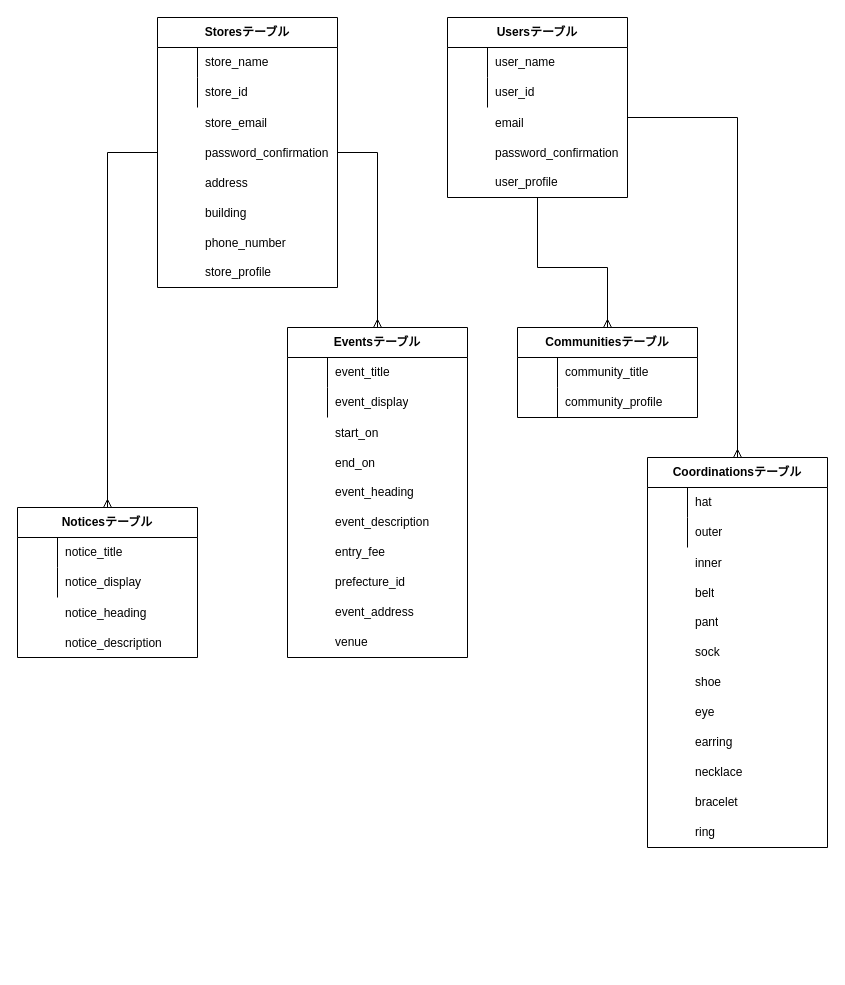
Before: furugispace.dio in yuto730/furugispace, a draw.io diagram. Source tidied: cells renumbered, new cells numbered last; positions are measured from the earlier drawing's top-left corner, leaving out a move shared by most shapes. Both pictures are drawn from the tidied source at 100%, with x=0, y=0 at pixel (17, 17).
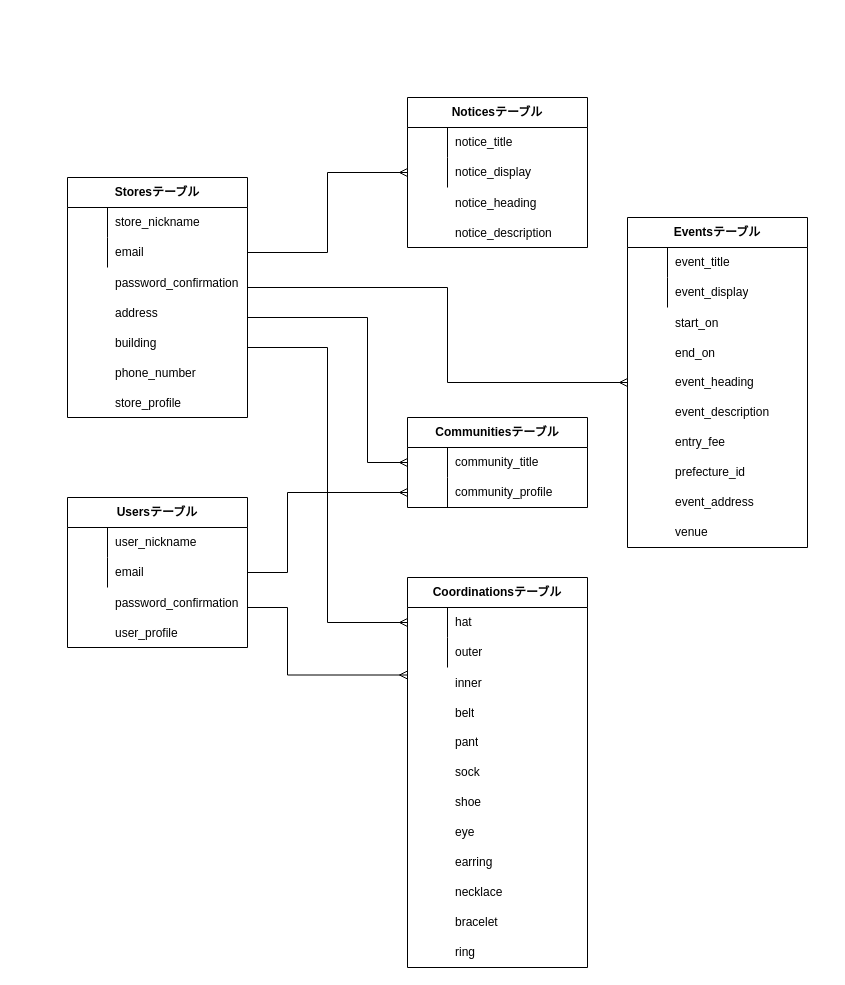
The same page after the edit.

The change refers to these unchanged cells:
```xml
<mxCell id="4" style="shape=partialRectangle;html=1;whiteSpace=wrap;fillColor=none;top=0;left=0;bottom=0;right=0;" parent="3" vertex="1">
  <mxGeometry y="30" width="180" height="30" as="geometry" />
</mxCell>
<mxCell id="7" style="shape=partialRectangle;html=1;whiteSpace=wrap;fillColor=none;top=0;left=0;bottom=0;right=0;points=[[0,0.5],[1,0.5]];portConstraint=eastwest;" parent="3" vertex="1">
  <mxGeometry y="60" width="180" height="30" as="geometry" />
</mxCell>
<mxCell id="17" style="shape=partialRectangle;html=1;whiteSpace=wrap;fillColor=none;top=0;left=0;bottom=0;right=0;" parent="16" vertex="1">
  <mxGeometry y="30" width="180" height="30" as="geometry" />
</mxCell>
<mxCell id="20" style="shape=partialRectangle;html=1;whiteSpace=wrap;fillColor=none;top=0;left=0;bottom=0;right=0;points=[[0,0.5],[1,0.5]];portConstraint=eastwest;" parent="16" vertex="1">
  <mxGeometry y="60" width="180" height="30" as="geometry" />
</mxCell>
<mxCell id="30" style="shape=partialRectangle;html=1;whiteSpace=wrap;fillColor=none;top=0;left=0;bottom=0;right=0;points=[[0,0.5],[1,0.5]];portConstraint=eastwest;" parent="26" vertex="1">
  <mxGeometry y="60" width="180" height="30" as="geometry" />
</mxCell>
<mxCell id="52" style="shape=partialRectangle;html=1;whiteSpace=wrap;fillColor=none;top=0;left=0;bottom=0;right=0;points=[[0,0.5],[1,0.5]];portConstraint=eastwest;" parent="51" vertex="1">
  <mxGeometry y="30" width="180" height="30" as="geometry" />
</mxCell>
<mxCell id="70" style="shape=partialRectangle;html=1;whiteSpace=wrap;fillColor=none;top=0;left=0;bottom=0;right=0;points=[[0,0.5],[1,0.5]];portConstraint=eastwest;" parent="69" vertex="1">
  <mxGeometry y="30" width="180" height="30" as="geometry" />
</mxCell>
<mxCell id="73" style="shape=partialRectangle;html=1;whiteSpace=wrap;fillColor=none;top=0;left=0;bottom=0;right=0;points=[[0,0.5],[1,0.5]];portConstraint=eastwest;" parent="69" vertex="1">
  <mxGeometry y="60" width="180" height="30" as="geometry" />
</mxCell>
```

Change to the diagram source:
```diff
@@
-    <mxCell id="2" style="edgeStyle=orthogonalEdgeStyle;rounded=0;jettySize=auto;html=1;exitX=0;exitY=0.5;exitDx=0;exitDy=0;entryX=0.5;entryY=0;entryDx=0;entryDy=0;endArrow=ERmany;endFill=0;" parent="1" edge="1" source="3" target="26">
-      <mxGeometry relative="1" as="geometry" />
-    </mxCell>
     <mxCell id="3" value="Storesテーブル" style="shape=table;html=1;whiteSpace=wrap;startSize=30;childLayout=tableLayout;rowLines=0;fontStyle=1;align=center;" parent="1" vertex="1">
-      <mxGeometry x="140" width="180" height="270" as="geometry" />
+      <mxGeometry x="50" y="160" width="180" height="240" as="geometry" />
     </mxCell>
@@
-    <mxCell id="6" value="store_name" style="shape=partialRectangle;html=1;whiteSpace=wrap;fillColor=none;top=0;left=0;bottom=0;right=0;align=left;spacingLeft=6;overflow=hidden;" parent="4" vertex="1">
+    <mxCell id="6" value="store_nickname" style="shape=partialRectangle;html=1;whiteSpace=wrap;fillColor=none;top=0;left=0;bottom=0;right=0;align=left;spacingLeft=6;overflow=hidden;" parent="4" vertex="1">
       <mxGeometry x="40" width="140" height="30" as="geometry" />
     </mxCell>
@@
-    <mxCell id="9" value="store_id" style="shape=partialRectangle;html=1;whiteSpace=wrap;fillColor=none;top=0;left=0;bottom=0;right=0;align=left;spacingLeft=6;overflow=hidden;" parent="7" vertex="1">
+    <mxCell id="9" value="email" style="shape=partialRectangle;html=1;whiteSpace=wrap;fillColor=none;top=0;left=0;bottom=0;right=0;align=left;spacingLeft=6;overflow=hidden;" parent="7" vertex="1">
       <mxGeometry x="40" width="140" height="30" as="geometry" />
     </mxCell>
-    <mxCell id="10" value="store_email" style="shape=partialRectangle;html=1;whiteSpace=wrap;fillColor=none;top=0;left=0;bottom=0;right=0;align=left;spacingLeft=6;overflow=hidden;" parent="1" vertex="1">
-      <mxGeometry x="180" y="91" width="140" height="30" as="geometry" />
+    <mxCell id="10" value="password_confirmation" style="shape=partialRectangle;html=1;whiteSpace=wrap;fillColor=none;top=0;left=0;bottom=0;right=0;align=left;spacingLeft=6;overflow=hidden;" parent="1" vertex="1">
+      <mxGeometry x="90" y="251" width="140" height="30" as="geometry" />
     </mxCell>
-    <mxCell id="11" value="password_confirmation" style="shape=partialRectangle;html=1;whiteSpace=wrap;fillColor=none;top=0;left=0;bottom=0;right=0;align=left;spacingLeft=6;overflow=hidden;" parent="1" vertex="1">
-      <mxGeometry x="180" y="121" width="140" height="30" as="geometry" />
+    <mxCell id="11" value="address" style="shape=partialRectangle;html=1;whiteSpace=wrap;fillColor=none;top=0;left=0;bottom=0;right=0;align=left;spacingLeft=6;overflow=hidden;" parent="1" vertex="1">
+      <mxGeometry x="90" y="281" width="140" height="30" as="geometry" />
     </mxCell>
-    <mxCell id="12" value="address" style="shape=partialRectangle;html=1;whiteSpace=wrap;fillColor=none;top=0;left=0;bottom=0;right=0;align=left;spacingLeft=6;overflow=hidden;" parent="1" vertex="1">
-      <mxGeometry x="180" y="151" width="140" height="30" as="geometry" />
+    <mxCell id="12" value="building" style="shape=partialRectangle;html=1;whiteSpace=wrap;fillColor=none;top=0;left=0;bottom=0;right=0;align=left;spacingLeft=6;overflow=hidden;" parent="1" vertex="1">
+      <mxGeometry x="90" y="311" width="140" height="30" as="geometry" />
     </mxCell>
-    <mxCell id="13" value="building" style="shape=partialRectangle;html=1;whiteSpace=wrap;fillColor=none;top=0;left=0;bottom=0;right=0;align=left;spacingLeft=6;overflow=hidden;" parent="1" vertex="1">
-      <mxGeometry x="180" y="181" width="140" height="30" as="geometry" />
+    <mxCell id="13" value="phone_number" style="shape=partialRectangle;html=1;whiteSpace=wrap;fillColor=none;top=0;left=0;bottom=0;right=0;align=left;spacingLeft=6;overflow=hidden;" parent="1" vertex="1">
+      <mxGeometry x="90" y="341" width="140" height="30" as="geometry" />
     </mxCell>
-    <mxCell id="14" value="phone_number" style="shape=partialRectangle;html=1;whiteSpace=wrap;fillColor=none;top=0;left=0;bottom=0;right=0;align=left;spacingLeft=6;overflow=hidden;" parent="1" vertex="1">
-      <mxGeometry x="180" y="211" width="140" height="30" as="geometry" />
+    <mxCell id="14" value="store_profile" style="shape=partialRectangle;html=1;whiteSpace=wrap;fillColor=none;top=0;left=0;bottom=0;right=0;align=left;spacingLeft=6;overflow=hidden;" parent="1" vertex="1">
+      <mxGeometry x="90" y="371" width="140" height="30" as="geometry" />
     </mxCell>
-    <mxCell id="15" value="store_profile" style="shape=partialRectangle;html=1;whiteSpace=wrap;fillColor=none;top=0;left=0;bottom=0;right=0;align=left;spacingLeft=6;overflow=hidden;" parent="1" vertex="1">
-      <mxGeometry x="180" y="240" width="140" height="30" as="geometry" />
-    </mxCell>
     <mxCell id="16" value="Usersテーブル" style="shape=table;html=1;whiteSpace=wrap;startSize=30;childLayout=tableLayout;rowLines=0;fontStyle=1;align=center;" parent="1" vertex="1">
-      <mxGeometry x="430" width="180" height="180" as="geometry" />
+      <mxGeometry x="50" y="480" width="180" height="150" as="geometry" />
     </mxCell>
@@
-    <mxCell id="19" value="user_name" style="shape=partialRectangle;html=1;whiteSpace=wrap;fillColor=none;top=0;left=0;bottom=0;right=0;align=left;spacingLeft=6;overflow=hidden;" parent="17" vertex="1">
+    <mxCell id="19" value="user_nickname" style="shape=partialRectangle;html=1;whiteSpace=wrap;fillColor=none;top=0;left=0;bottom=0;right=0;align=left;spacingLeft=6;overflow=hidden;" parent="17" vertex="1">
       <mxGeometry x="40" width="140" height="30" as="geometry" />
     </mxCell>
@@
-    <mxCell id="22" value="user_id" style="shape=partialRectangle;html=1;whiteSpace=wrap;fillColor=none;top=0;left=0;bottom=0;right=0;align=left;spacingLeft=6;overflow=hidden;" parent="20" vertex="1">
+    <mxCell id="22" value="email" style="shape=partialRectangle;html=1;whiteSpace=wrap;fillColor=none;top=0;left=0;bottom=0;right=0;align=left;spacingLeft=6;overflow=hidden;" parent="20" vertex="1">
       <mxGeometry x="40" width="140" height="30" as="geometry" />
     </mxCell>
-    <mxCell id="23" value="email" style="shape=partialRectangle;html=1;whiteSpace=wrap;fillColor=none;top=0;left=0;bottom=0;right=0;align=left;spacingLeft=6;overflow=hidden;" parent="1" vertex="1">
-      <mxGeometry x="470" y="91" width="140" height="30" as="geometry" />
+    <mxCell id="23" value="password_confirmation" style="shape=partialRectangle;html=1;whiteSpace=wrap;fillColor=none;top=0;left=0;bottom=0;right=0;align=left;spacingLeft=6;overflow=hidden;" parent="1" vertex="1">
+      <mxGeometry x="90" y="571" width="140" height="30" as="geometry" />
     </mxCell>
-    <mxCell id="24" value="password_confirmation" style="shape=partialRectangle;html=1;whiteSpace=wrap;fillColor=none;top=0;left=0;bottom=0;right=0;align=left;spacingLeft=6;overflow=hidden;" parent="1" vertex="1">
-      <mxGeometry x="470" y="121" width="140" height="30" as="geometry" />
+    <mxCell id="24" value="user_profile" style="shape=partialRectangle;html=1;whiteSpace=wrap;fillColor=none;top=0;left=0;bottom=0;right=0;align=left;spacingLeft=6;overflow=hidden;" parent="1" vertex="1">
+      <mxGeometry x="90" y="601" width="140" height="30" as="geometry" />
     </mxCell>
-    <mxCell id="25" value="user_profile" style="shape=partialRectangle;html=1;whiteSpace=wrap;fillColor=none;top=0;left=0;bottom=0;right=0;align=left;spacingLeft=6;overflow=hidden;" parent="1" vertex="1">
-      <mxGeometry x="470" y="150" width="140" height="30" as="geometry" />
-    </mxCell>
     <mxCell id="26" value="Noticesテーブル" style="shape=table;html=1;whiteSpace=wrap;startSize=30;childLayout=tableLayout;rowLines=0;fontStyle=1;align=center;" parent="1" vertex="1">
-      <mxGeometry y="490" width="180" height="150" as="geometry" />
+      <mxGeometry x="390" y="80" width="180" height="150" as="geometry" />
     </mxCell>
@@
     <mxCell id="33" value="notice_heading" style="shape=partialRectangle;html=1;whiteSpace=wrap;fillColor=none;top=0;left=0;bottom=0;right=0;align=left;spacingLeft=6;overflow=hidden;" parent="1" vertex="1">
-      <mxGeometry x="40" y="581" width="140" height="30" as="geometry" />
+      <mxGeometry x="430" y="171" width="140" height="30" as="geometry" />
     </mxCell>
     <mxCell id="34" value="notice_description" style="shape=partialRectangle;html=1;whiteSpace=wrap;fillColor=none;top=0;left=0;bottom=0;right=0;align=left;spacingLeft=6;overflow=hidden;" parent="1" vertex="1">
-      <mxGeometry x="40" y="611" width="140" height="30" as="geometry" />
+      <mxGeometry x="430" y="201" width="140" height="30" as="geometry" />
     </mxCell>
     <mxCell id="35" value="Eventsテーブル" style="shape=table;html=1;whiteSpace=wrap;startSize=30;childLayout=tableLayout;rowLines=0;fontStyle=1;align=center;" parent="1" vertex="1">
-      <mxGeometry x="270" y="310" width="180" height="330" as="geometry" />
+      <mxGeometry x="610" y="200" width="180" height="330" as="geometry" />
     </mxCell>
@@
     <mxCell id="42" value="start_on" style="shape=partialRectangle;html=1;whiteSpace=wrap;fillColor=none;top=0;left=0;bottom=0;right=0;align=left;spacingLeft=6;overflow=hidden;" parent="1" vertex="1">
-      <mxGeometry x="310" y="401" width="140" height="30" as="geometry" />
+      <mxGeometry x="650" y="291" width="140" height="30" as="geometry" />
     </mxCell>
     <mxCell id="43" value="end_on" style="shape=partialRectangle;html=1;whiteSpace=wrap;fillColor=none;top=0;left=0;bottom=0;right=0;align=left;spacingLeft=6;overflow=hidden;" parent="1" vertex="1">
-      <mxGeometry x="310" y="431" width="140" height="30" as="geometry" />
+      <mxGeometry x="650" y="321" width="140" height="30" as="geometry" />
     </mxCell>
     <mxCell id="44" value="event_heading" style="shape=partialRectangle;html=1;whiteSpace=wrap;fillColor=none;top=0;left=0;bottom=0;right=0;align=left;spacingLeft=6;overflow=hidden;" parent="1" vertex="1">
-      <mxGeometry x="310" y="460" width="140" height="30" as="geometry" />
+      <mxGeometry x="650" y="350" width="140" height="30" as="geometry" />
     </mxCell>
     <mxCell id="45" value="event_description" style="shape=partialRectangle;html=1;whiteSpace=wrap;fillColor=none;top=0;left=0;bottom=0;right=0;align=left;spacingLeft=6;overflow=hidden;" parent="1" vertex="1">
-      <mxGeometry x="310" y="490" width="140" height="30" as="geometry" />
+      <mxGeometry x="650" y="380" width="140" height="30" as="geometry" />
     </mxCell>
     <mxCell id="46" value="entry_fee" style="shape=partialRectangle;html=1;whiteSpace=wrap;fillColor=none;top=0;left=0;bottom=0;right=0;align=left;spacingLeft=6;overflow=hidden;" parent="1" vertex="1">
-      <mxGeometry x="310" y="520" width="140" height="30" as="geometry" />
+      <mxGeometry x="650" y="410" width="140" height="30" as="geometry" />
     </mxCell>
     <mxCell id="47" value="prefecture_id" style="shape=partialRectangle;html=1;whiteSpace=wrap;fillColor=none;top=0;left=0;bottom=0;right=0;align=left;spacingLeft=6;overflow=hidden;" parent="1" vertex="1">
-      <mxGeometry x="310" y="550" width="140" height="30" as="geometry" />
+      <mxGeometry x="650" y="440" width="140" height="30" as="geometry" />
     </mxCell>
     <mxCell id="48" value="event_address" style="shape=partialRectangle;html=1;whiteSpace=wrap;fillColor=none;top=0;left=0;bottom=0;right=0;align=left;spacingLeft=6;overflow=hidden;" parent="1" vertex="1">
-      <mxGeometry x="310" y="580" width="140" height="30" as="geometry" />
+      <mxGeometry x="650" y="470" width="140" height="30" as="geometry" />
     </mxCell>
     <mxCell id="49" value="venue" style="shape=partialRectangle;html=1;whiteSpace=wrap;fillColor=none;top=0;left=0;bottom=0;right=0;align=left;spacingLeft=6;overflow=hidden;" parent="1" vertex="1">
-      <mxGeometry x="310" y="610" width="140" height="30" as="geometry" />
+      <mxGeometry x="650" y="500" width="140" height="30" as="geometry" />
     </mxCell>
-    <mxCell id="50" style="edgeStyle=orthogonalEdgeStyle;rounded=0;jettySize=auto;html=1;entryX=0.5;entryY=0;entryDx=0;entryDy=0;endArrow=ERmany;endFill=0;" parent="1" edge="1" target="35">
-      <mxGeometry relative="1" as="geometry">
-        <mxPoint x="320" y="135" as="sourcePoint" />
-        <Array as="points">
-          <mxPoint x="360" y="135" />
-        </Array>
-      </mxGeometry>
-    </mxCell>
     <mxCell id="51" value="Coordinationsテーブル" style="shape=table;html=1;whiteSpace=wrap;startSize=30;childLayout=tableLayout;rowLines=0;fontStyle=1;align=center;" parent="1" vertex="1">
-      <mxGeometry x="630" y="440" width="180" height="390" as="geometry" />
+      <mxGeometry x="390" y="560" width="180" height="390" as="geometry" />
     </mxCell>
@@
     <mxCell id="58" value="inner" style="shape=partialRectangle;html=1;whiteSpace=wrap;fillColor=none;top=0;left=0;bottom=0;right=0;align=left;spacingLeft=6;overflow=hidden;" parent="1" vertex="1">
-      <mxGeometry x="670" y="531" width="140" height="30" as="geometry" />
+      <mxGeometry x="430" y="651" width="140" height="30" as="geometry" />
     </mxCell>
     <mxCell id="59" value="belt" style="shape=partialRectangle;html=1;whiteSpace=wrap;fillColor=none;top=0;left=0;bottom=0;right=0;align=left;spacingLeft=6;overflow=hidden;" parent="1" vertex="1">
-      <mxGeometry x="670" y="561" width="140" height="30" as="geometry" />
+      <mxGeometry x="430" y="681" width="140" height="30" as="geometry" />
     </mxCell>
     <mxCell id="60" value="pant" style="shape=partialRectangle;html=1;whiteSpace=wrap;fillColor=none;top=0;left=0;bottom=0;right=0;align=left;spacingLeft=6;overflow=hidden;" parent="1" vertex="1">
-      <mxGeometry x="670" y="590" width="140" height="30" as="geometry" />
+      <mxGeometry x="430" y="710" width="140" height="30" as="geometry" />
     </mxCell>
     <mxCell id="61" value="sock" style="shape=partialRectangle;html=1;whiteSpace=wrap;fillColor=none;top=0;left=0;bottom=0;right=0;align=left;spacingLeft=6;overflow=hidden;" parent="1" vertex="1">
-      <mxGeometry x="670" y="620" width="140" height="30" as="geometry" />
+      <mxGeometry x="430" y="740" width="140" height="30" as="geometry" />
     </mxCell>
     <mxCell id="62" value="shoe" style="shape=partialRectangle;html=1;whiteSpace=wrap;fillColor=none;top=0;left=0;bottom=0;right=0;align=left;spacingLeft=6;overflow=hidden;" parent="1" vertex="1">
-      <mxGeometry x="670" y="650" width="140" height="30" as="geometry" />
+      <mxGeometry x="430" y="770" width="140" height="30" as="geometry" />
     </mxCell>
     <mxCell id="63" value="eye" style="shape=partialRectangle;html=1;whiteSpace=wrap;fillColor=none;top=0;left=0;bottom=0;right=0;align=left;spacingLeft=6;overflow=hidden;" parent="1" vertex="1">
-      <mxGeometry x="670" y="680" width="140" height="30" as="geometry" />
+      <mxGeometry x="430" y="800" width="140" height="30" as="geometry" />
     </mxCell>
     <mxCell id="64" value="earring" style="shape=partialRectangle;html=1;whiteSpace=wrap;fillColor=none;top=0;left=0;bottom=0;right=0;align=left;spacingLeft=6;overflow=hidden;" parent="1" vertex="1">
-      <mxGeometry x="670" y="710" width="140" height="30" as="geometry" />
+      <mxGeometry x="430" y="830" width="140" height="30" as="geometry" />
     </mxCell>
     <mxCell id="65" value="necklace" style="shape=partialRectangle;html=1;whiteSpace=wrap;fillColor=none;top=0;left=0;bottom=0;right=0;align=left;spacingLeft=6;overflow=hidden;" parent="1" vertex="1">
-      <mxGeometry x="670" y="740" width="140" height="30" as="geometry" />
+      <mxGeometry x="430" y="860" width="140" height="30" as="geometry" />
     </mxCell>
     <mxCell id="66" value="bracelet" style="shape=partialRectangle;html=1;whiteSpace=wrap;fillColor=none;top=0;left=0;bottom=0;right=0;align=left;spacingLeft=6;overflow=hidden;" parent="1" vertex="1">
-      <mxGeometry x="670" y="770" width="140" height="30" as="geometry" />
+      <mxGeometry x="430" y="890" width="140" height="30" as="geometry" />
     </mxCell>
     <mxCell id="67" value="ring" style="shape=partialRectangle;html=1;whiteSpace=wrap;fillColor=none;top=0;left=0;bottom=0;right=0;align=left;spacingLeft=6;overflow=hidden;" parent="1" vertex="1">
-      <mxGeometry x="670" y="800" width="140" height="30" as="geometry" />
+      <mxGeometry x="430" y="920" width="140" height="30" as="geometry" />
     </mxCell>
-    <mxCell id="68" style="edgeStyle=orthogonalEdgeStyle;rounded=0;jettySize=auto;html=1;entryX=0.5;entryY=0;entryDx=0;entryDy=0;endArrow=ERmany;endFill=0;" parent="1" edge="1" target="51">
-      <mxGeometry relative="1" as="geometry">
-        <mxPoint x="610" y="100" as="sourcePoint" />
-        <Array as="points">
-          <mxPoint x="720" y="100" />
-        </Array>
-      </mxGeometry>
-    </mxCell>
     <mxCell id="69" value="Communitiesテーブル" style="shape=table;html=1;whiteSpace=wrap;startSize=30;childLayout=tableLayout;rowLines=0;fontStyle=1;align=center;" parent="1" vertex="1">
-      <mxGeometry x="500" y="310" width="180" height="90" as="geometry" />
+      <mxGeometry x="390" y="400" width="180" height="90" as="geometry" />
     </mxCell>
@@
-    <mxCell id="76" style="edgeStyle=orthogonalEdgeStyle;rounded=0;jettySize=auto;html=1;entryX=0.5;entryY=0;entryDx=0;entryDy=0;endArrow=ERmany;endFill=0;" parent="1" edge="1" target="69">
-      <mxGeometry relative="1" as="geometry">
-        <mxPoint x="520" y="180" as="sourcePoint" />
-        <Array as="points">
-          <mxPoint x="520" y="250" />
-          <mxPoint x="590" y="250" />
-        </Array>
-      </mxGeometry>
-    </mxCell>
+    <mxCell id="77" style="edgeStyle=orthogonalEdgeStyle;rounded=0;jettySize=auto;html=1;entryX=0;entryY=0.5;entryDx=0;entryDy=0;exitX=1;exitY=0.5;exitDx=0;exitDy=0;endArrow=ERmany;endFill=0;startArrow=none;startFill=0;" parent="1" edge="1" source="7" target="30">
+      <mxGeometry relative="1" as="geometry" />
+    </mxCell>
+    <mxCell id="78" style="edgeStyle=orthogonalEdgeStyle;rounded=0;jettySize=auto;html=1;entryX=0;entryY=0.5;entryDx=0;entryDy=0;endArrow=ERmany;endFill=0;startArrow=none;startFill=0;" parent="1" edge="1" target="35">
+      <mxGeometry relative="1" as="geometry">
+        <mxPoint x="230" y="270" as="sourcePoint" />
+        <Array as="points">
+          <mxPoint x="430" y="270" />
+          <mxPoint x="430" y="365" />
+        </Array>
+      </mxGeometry>
+    </mxCell>
+    <mxCell id="79" style="edgeStyle=orthogonalEdgeStyle;rounded=0;jettySize=auto;html=1;entryX=0;entryY=0.5;entryDx=0;entryDy=0;endArrow=ERmany;endFill=0;startArrow=none;startFill=0;" parent="1" edge="1" target="70">
+      <mxGeometry relative="1" as="geometry">
+        <mxPoint x="230" y="300" as="sourcePoint" />
+        <Array as="points">
+          <mxPoint x="350" y="300" />
+          <mxPoint x="350" y="445" />
+        </Array>
+      </mxGeometry>
+    </mxCell>
+    <mxCell id="80" style="edgeStyle=orthogonalEdgeStyle;rounded=0;jettySize=auto;html=1;entryX=0;entryY=0.5;entryDx=0;entryDy=0;endArrow=ERmany;endFill=0;startArrow=none;startFill=0;" parent="1" edge="1" target="52">
+      <mxGeometry relative="1" as="geometry">
+        <mxPoint x="230" y="330" as="sourcePoint" />
+        <Array as="points">
+          <mxPoint x="310" y="330" />
+          <mxPoint x="310" y="605" />
+        </Array>
+      </mxGeometry>
+    </mxCell>
+    <mxCell id="81" style="edgeStyle=orthogonalEdgeStyle;rounded=0;jettySize=auto;html=1;endArrow=ERmany;endFill=0;startArrow=none;startFill=0;exitX=1;exitY=0.5;exitDx=0;exitDy=0;entryX=0;entryY=0.5;entryDx=0;entryDy=0;" parent="1" edge="1" source="20" target="73">
+      <mxGeometry relative="1" as="geometry">
+        <Array as="points">
+          <mxPoint x="270" y="555" />
+          <mxPoint x="270" y="475" />
+        </Array>
+      </mxGeometry>
+    </mxCell>
+    <mxCell id="82" style="edgeStyle=orthogonalEdgeStyle;rounded=0;jettySize=auto;html=1;endArrow=ERmany;endFill=0;startArrow=none;startFill=0;entryX=0;entryY=0.25;entryDx=0;entryDy=0;" parent="1" edge="1" target="51">
+      <mxGeometry relative="1" as="geometry">
+        <mxPoint x="230" y="590" as="sourcePoint" />
+        <Array as="points">
+          <mxPoint x="270" y="590" />
+          <mxPoint x="270" y="658" />
+        </Array>
+      </mxGeometry>
+    </mxCell>
```
